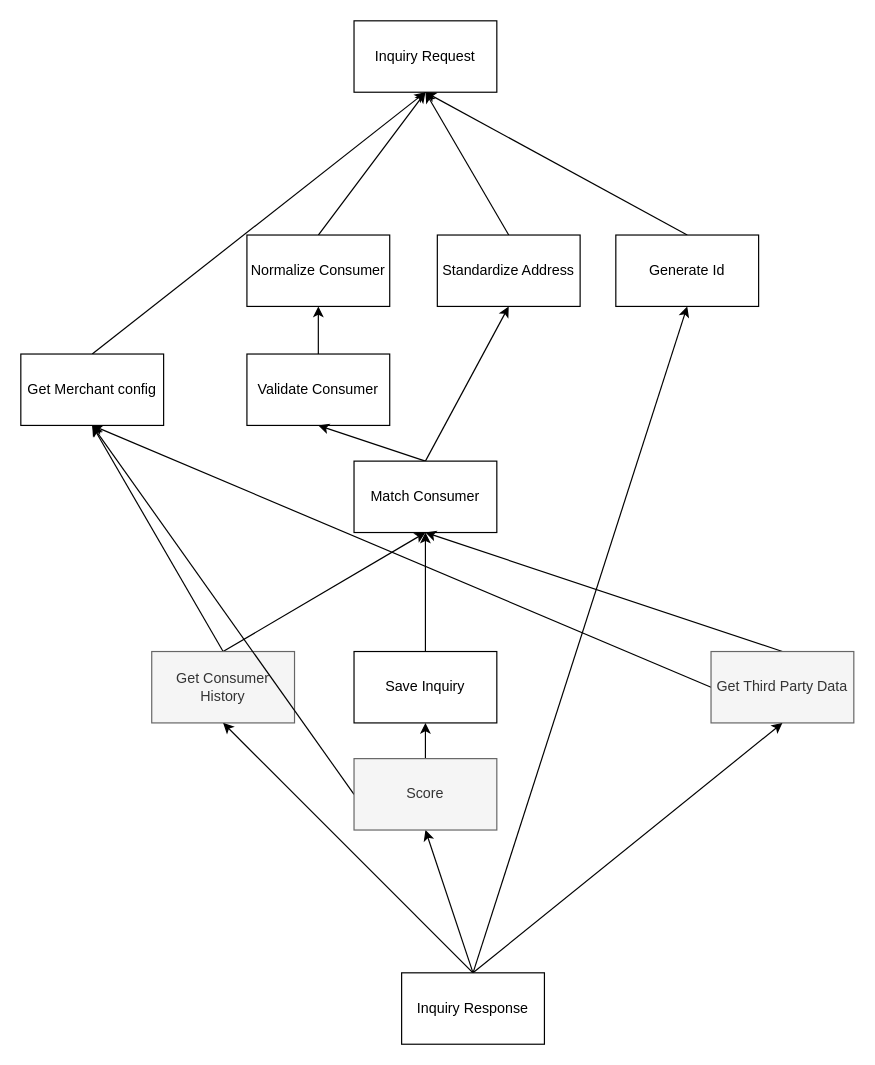
Earlier version of the draw.io diagram SimpleInquiry.drawio (dmmarchenko-clgx/koordination). Source tidied: cells renumbered, new cells numbered last; positions are measured from the earlier drawing's top-left corner, leaving out a move shared by most shapes. Both pictures are drawn from the tidied source at 119%, with x=0, y=0 at pixel (20, 20).
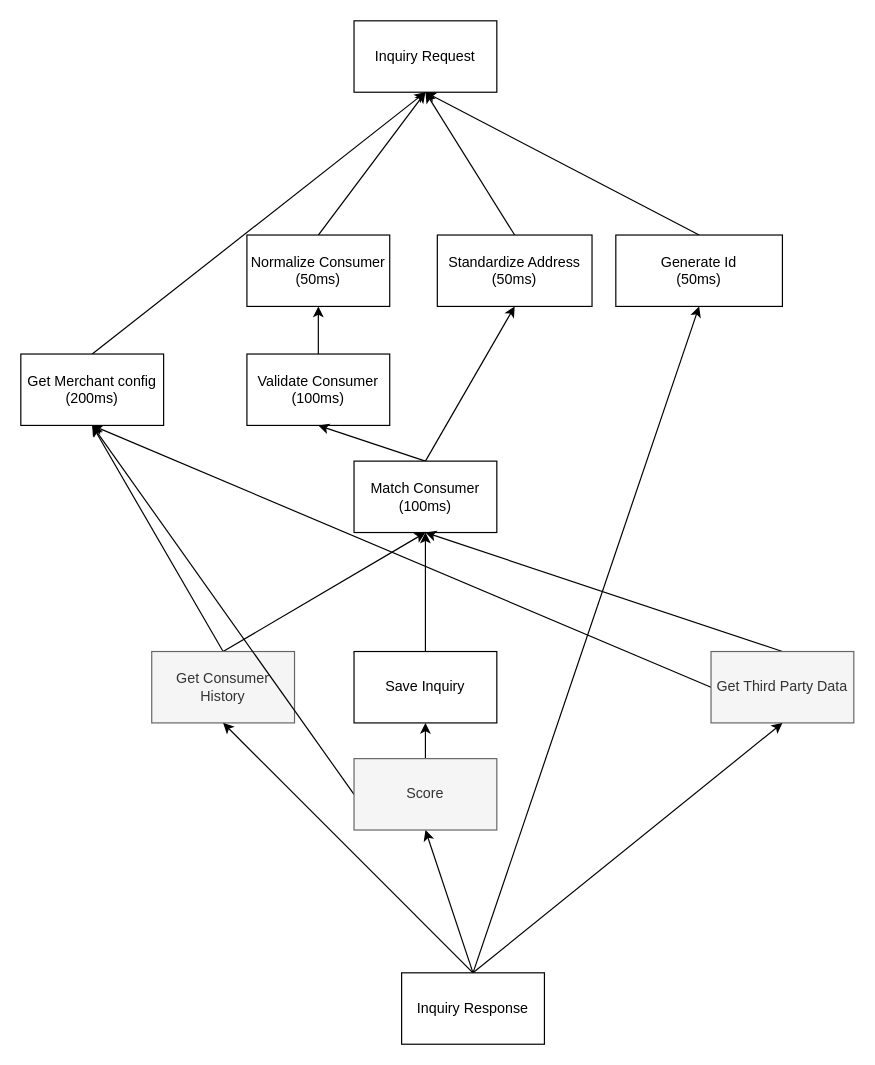
The same page after the edit.

The edit, as a diff of the source:
```diff
@@
-    <mxCell id="4" value="Normalize Consumer" style="rounded=0;whiteSpace=wrap;html=1;" parent="1" vertex="1">
+    <mxCell id="4" value="Normalize Consumer&lt;br&gt;(50ms)" style="rounded=0;whiteSpace=wrap;html=1;" parent="1" vertex="1">
       <mxGeometry x="190" y="180" width="120" height="60" as="geometry" />
     </mxCell>
@@
-    <mxCell id="6" value="Validate Consumer" style="rounded=0;whiteSpace=wrap;html=1;" parent="1" vertex="1">
+    <mxCell id="6" value="Validate Consumer&lt;br&gt;(100ms)" style="rounded=0;whiteSpace=wrap;html=1;" parent="1" vertex="1">
       <mxGeometry x="190" y="280" width="120" height="60" as="geometry" />
     </mxCell>
@@
-    <mxCell id="8" value="Generate Id" style="rounded=0;whiteSpace=wrap;html=1;" parent="1" vertex="1">
-      <mxGeometry x="500" y="180" width="120" height="60" as="geometry" />
+    <mxCell id="8" value="Generate Id&lt;br&gt;(50ms)" style="rounded=0;whiteSpace=wrap;html=1;" parent="1" vertex="1">
+      <mxGeometry x="500" y="180" width="140" height="60" as="geometry" />
     </mxCell>
@@
-    <mxCell id="10" value="Standardize Address" style="rounded=0;whiteSpace=wrap;html=1;" parent="1" vertex="1">
-      <mxGeometry x="350" y="180" width="120" height="60" as="geometry" />
+    <mxCell id="10" value="Standardize Address&lt;br&gt;(50ms)" style="rounded=0;whiteSpace=wrap;html=1;" parent="1" vertex="1">
+      <mxGeometry x="350" y="180" width="130" height="60" as="geometry" />
     </mxCell>
@@
-    <mxCell id="13" value="Match Consumer" style="rounded=0;whiteSpace=wrap;html=1;" parent="1" vertex="1">
+    <mxCell id="13" value="Match Consumer&lt;br&gt;(100ms)" style="rounded=0;whiteSpace=wrap;html=1;" parent="1" vertex="1">
       <mxGeometry x="280" y="370" width="120" height="60" as="geometry" />
     </mxCell>
@@
-    <mxCell id="28" value="Get Merchant config" style="rounded=0;whiteSpace=wrap;html=1;" parent="1" vertex="1">
+    <mxCell id="28" value="Get Merchant config&lt;br&gt;(200ms)" style="rounded=0;whiteSpace=wrap;html=1;" parent="1" vertex="1">
       <mxGeometry y="280" width="120" height="60" as="geometry" />
     </mxCell>
```
